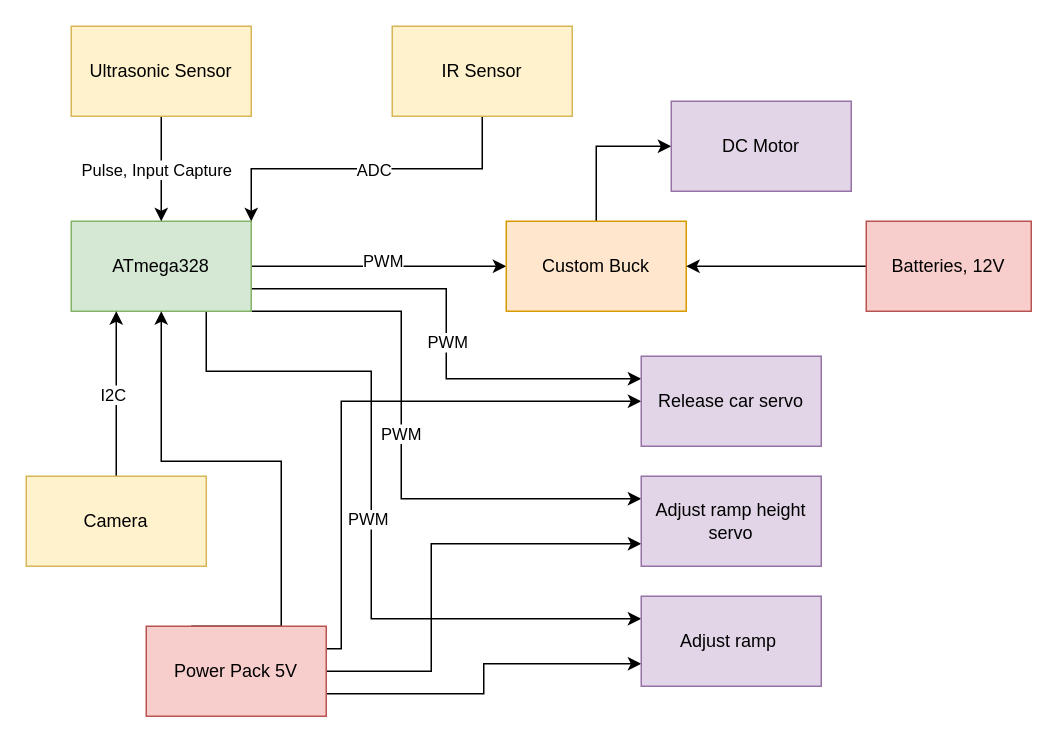
upenn-embedded/final-project-s25-0x0001f631 keeps this draw.io diagram as Untitled Diagram.drawio. Above is the earlier version. Source tidied: cells renumbered, new cells numbered last; positions are measured from the earlier drawing's top-left corner, leaving out a move shared by most shapes. Both pictures are drawn from the tidied source at 150%, with x=0, y=0 at pixel (26, 26).
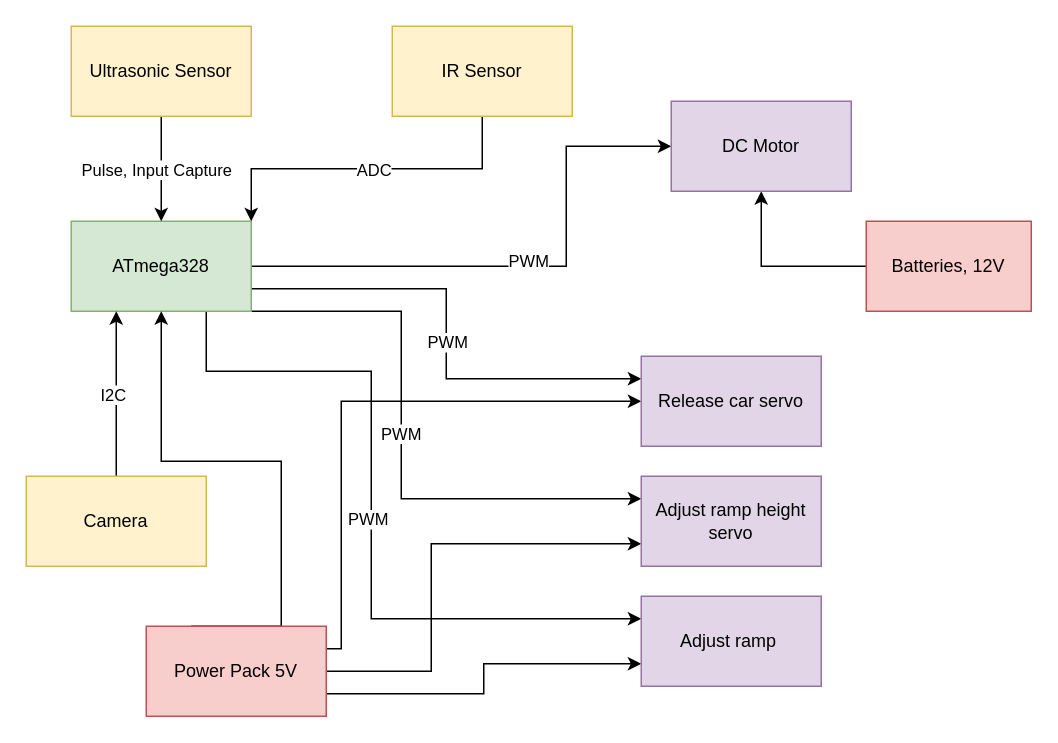
The same diagram, later.

Unchanged cells that the change refers to:
```xml
<mxCell id="10" value="ATmega328" style="rounded=0;whiteSpace=wrap;html=1;fillColor=#d5e8d4;strokeColor=#82b366;" parent="1" vertex="1">
  <mxGeometry x="30" y="130" width="120" height="60" as="geometry" />
</mxCell>
<mxCell id="14" value="Batteries, 12V" style="rounded=0;whiteSpace=wrap;html=1;fillColor=#f8cecc;strokeColor=#b85450;" parent="1" vertex="1">
  <mxGeometry x="560" y="130" width="110" height="60" as="geometry" />
</mxCell>
<mxCell id="32" value="&lt;div&gt;DC Motor&lt;/div&gt;" style="rounded=0;whiteSpace=wrap;html=1;fillColor=#e1d5e7;strokeColor=#9673a6;" parent="1" vertex="1">
  <mxGeometry x="430" y="50" width="120" height="60" as="geometry" />
</mxCell>
```

Diff of the diagram source:
```diff
@@
-    <mxCell id="2" style="edgeStyle=orthogonalEdgeStyle;rounded=0;jettySize=auto;html=1;exitX=1;exitY=0.5;exitDx=0;exitDy=0;entryX=0;entryY=0.5;entryDx=0;entryDy=0;" parent="1" edge="1" source="10" target="12">
-      <mxGeometry relative="1" as="geometry" />
+    <mxCell id="2" style="edgeStyle=orthogonalEdgeStyle;rounded=0;jettySize=auto;html=1;exitX=1;exitY=0.5;exitDx=0;exitDy=0;entryX=0;entryY=0.5;entryDx=0;entryDy=0;" parent="1" edge="1" source="10" target="32">
+      <mxGeometry relative="1" as="geometry">
+        <Array as="points">
+          <mxPoint x="360" y="160" />
+          <mxPoint x="360" y="80" />
+        </Array>
+      </mxGeometry>
     </mxCell>
@@
-    <mxCell id="11" style="edgeStyle=orthogonalEdgeStyle;rounded=0;jettySize=auto;html=1;exitX=0.5;exitY=0;exitDx=0;exitDy=0;entryX=0;entryY=0.5;entryDx=0;entryDy=0;" parent="1" edge="1" source="12" target="32">
-      <mxGeometry relative="1" as="geometry" />
-    </mxCell>
-    <mxCell id="12" value="Custom Buck" style="rounded=0;whiteSpace=wrap;html=1;fillColor=#ffe6cc;strokeColor=#d79b00;" parent="1" vertex="1">
-      <mxGeometry x="320" y="130" width="120" height="60" as="geometry" />
-    </mxCell>
-    <mxCell id="13" style="edgeStyle=orthogonalEdgeStyle;rounded=0;jettySize=auto;html=1;exitX=0;exitY=0.5;exitDx=0;exitDy=0;entryX=1;entryY=0.5;entryDx=0;entryDy=0;" parent="1" edge="1" source="14" target="12">
-      <mxGeometry relative="1" as="geometry" />
+    <mxCell id="13" style="edgeStyle=orthogonalEdgeStyle;rounded=0;jettySize=auto;html=1;exitX=0;exitY=0.5;exitDx=0;exitDy=0;entryX=0.5;entryY=1;entryDx=0;entryDy=0;" parent="1" edge="1" source="14" target="32">
+      <mxGeometry relative="1" as="geometry">
+        <Array as="points">
+          <mxPoint x="490" y="160" />
+        </Array>
+      </mxGeometry>
     </mxCell>
```
